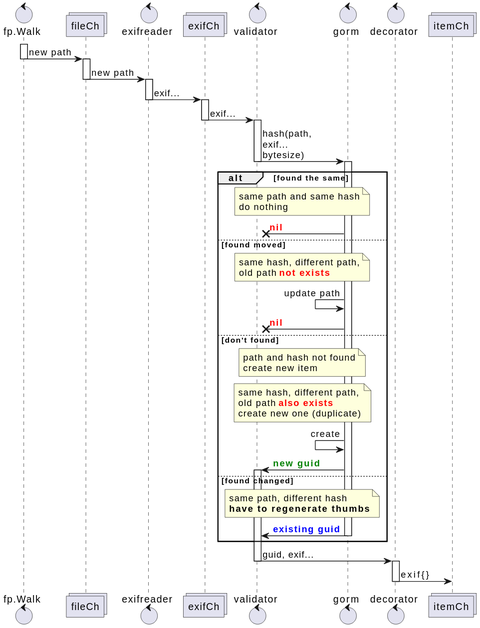
This is _sb/diagrams/Walker and validating.svg from eggs-gd/Perceptrail, a PlantUML export, as it was before one commit.
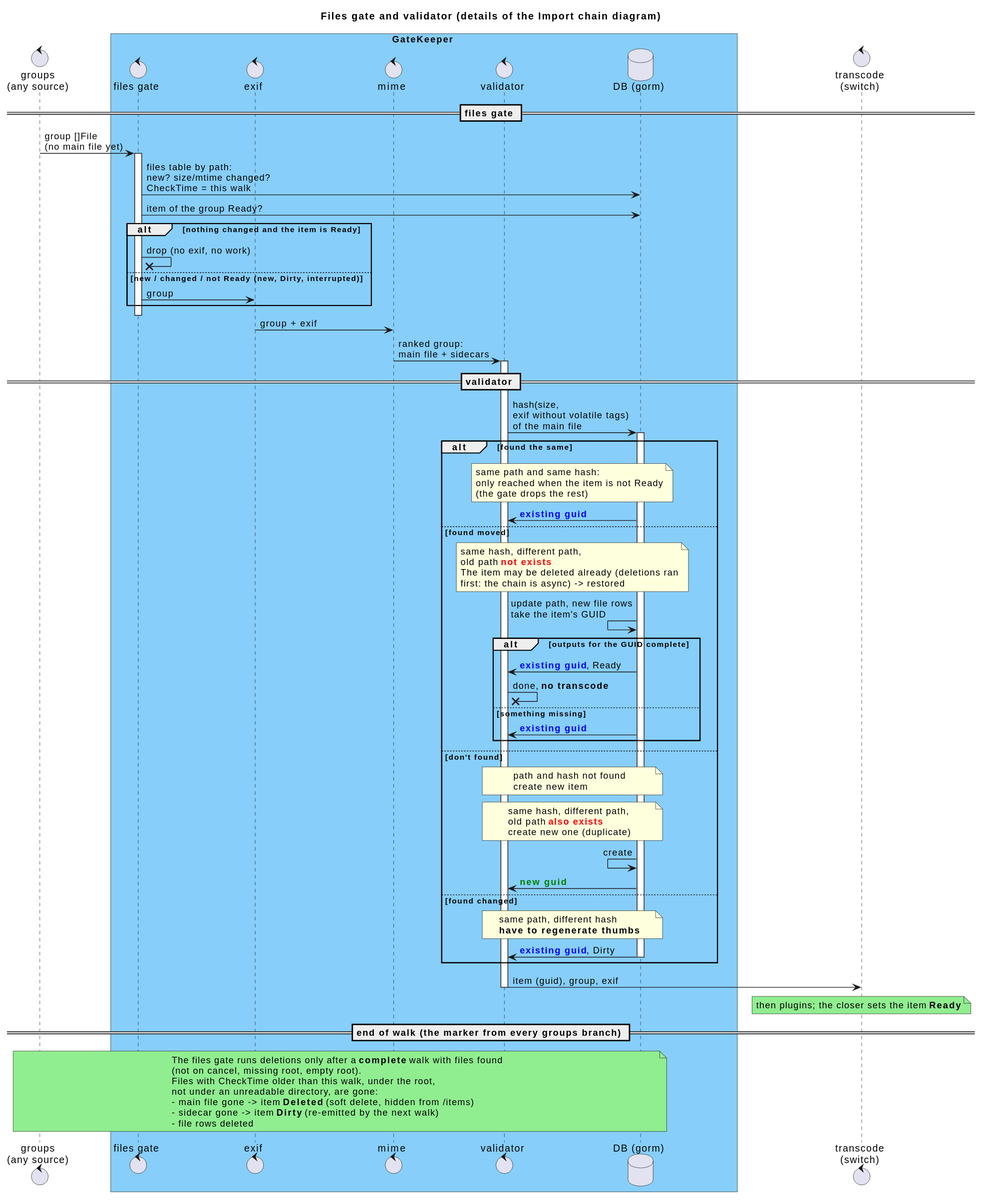
Above is the later version.

Change to the diagram source:
```diff
@@ -1,74 +1,98 @@
 @startuml
-control fp.Walk
-collections fileCh
+!pragma teoz true
 
-control exifreader
-collections exifCh
+title Files gate and validator (details of the Import chain diagram)
 
-control validator
+control "groups\n(any source)" as Groups
+box GateKeeper #LightSkyBlue
+control "files gate" as Gate
+control "exif" as Exif
+control "mime" as Mime
+control "validator" as Validator
+database "DB (gorm)" as DB
+end box
+control "transcode\n(switch)" as Transcode
 
-control gorm
-control decorator
-collections itemCh
+== files gate ==
 
+Groups -> Gate: group []File\n(no main file yet)
+activate Gate
+Gate -> DB: files table by path:\nnew? size/mtime changed?\nCheckTime = this walk
+Gate -> DB: item of the group Ready?
+alt nothing changed and the item is Ready
+    Gate ->x Gate: drop (no exif, no work)
+else new / changed / not Ready (new, Dirty, interrupted)
+    Gate -> Exif: group
+end
+deactivate Gate
 
-activate fp.Walk
-fp.Walk -> fileCh: new path
-deactivate fp.Walk
-activate fileCh
-fileCh -> exifreader: new path
-deactivate fileCh
-activate exifreader
-exifreader -> exifCh: exif...
-deactivate exifreader
-activate exifCh
-exifCh -> validator: exif...
-deactivate exifCh
-activate validator
+Exif -> Mime: group + exif
+Mime -> Validator: ranked group:\nmain file + sidecars
+activate Validator
 
-validator -> gorm: hash(path,\nexif...\nbytesize)
-deactivate validator
-activate gorm
+== validator ==
+
+Validator -> DB: hash(size,\nexif without volatile tags)\nof the main file
+activate DB
 
 alt found the same
-    note over validator, gorm: same path and same hash\ndo nothing
-    gorm ->x validator: <font color=red><b>nil
+    note over Validator, DB
+    same path and same hash:
+    only reached when the item is not Ready
+    (the gate drops the rest)
+    end note
+    DB -> Validator: <font color=blue><b>existing guid
 
 else found moved
-    note over validator, gorm
+    note over Validator, DB
     same hash, different path,
     old path <b><font color=red>not exists
+    The item may be deleted already (deletions ran
+    first: the chain is async) -> restored
     end note
-    gorm <- gorm: update path
-    gorm ->x validator: <font color=red><b>nil
+    DB <- DB: update path, new file rows\ntake the item's GUID
+    alt outputs for the GUID complete
+        DB -> Validator: <font color=blue><b>existing guid</b></font>, Ready
+        Validator ->x Validator: done, <b>no transcode
+    else something missing
+        DB -> Validator: <font color=blue><b>existing guid
+    end
 
 else don't found
-    note over validator, gorm
+    note over Validator, DB
     path and hash not found
     create new item
     end note
-    note over validator, gorm
+    note over Validator, DB
     same hash, different path,
     old path <b><font color=red>also exists
     create new one (duplicate)
     end note
-    gorm <- gorm: create
-    gorm -> validator: <font color=green><b>new guid
-    activate validator
+    DB <- DB: create
+    DB -> Validator: <font color=green><b>new guid
 
 else found changed
-    note over validator, gorm
+    note over Validator, DB
     same path, different hash
     <b>have to regenerate thumbs
     end note
-    gorm -> validator: <font color=blue><b>existing guid
-    deactivate gorm
-
+    DB -> Validator: <font color=blue><b>existing guid</b></font>, Dirty
+    deactivate DB
 end
 
-validator -> decorator: guid, exif...
-deactivate validator
-activate decorator
-decorator -> itemCh: exif{}
-deactivate decorator
+Validator -> Transcode: item (guid), group, exif
+deactivate Validator
+note over Transcode #LightGreen: then plugins; the closer sets the item <b>Ready</b>
+
+== end of walk (the marker from every groups branch) ==
+
+note over Groups, DB #LightGreen
+The files gate runs deletions only after a <b>complete</b> walk with files found
+(not on cancel, missing root, empty root).
+Files with CheckTime older than this walk, under the root,
+not under an unreadable directory, are gone:
+- main file gone -> item <b>Deleted</b> (soft delete, hidden from /items)
+- sidecar gone -> item <b>Dirty</b> (re-emitted by the next walk)
+- file rows deleted
+end note
 @enduml
```
